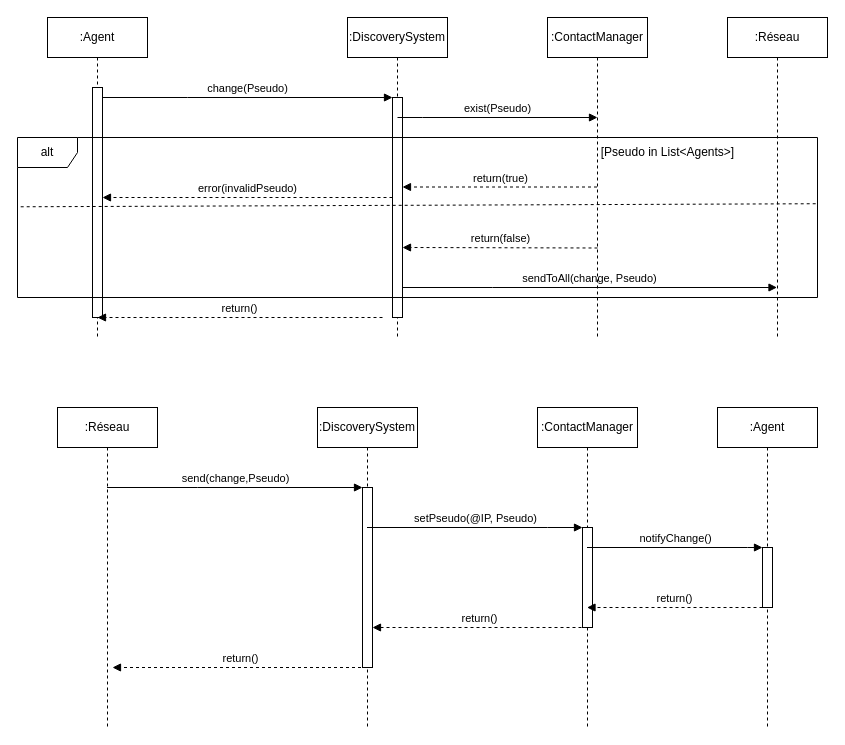
Earlier version of the draw.io diagram conception/SequenceDiagramDiscoverySystemChangePseudo.drawio (insa-4ir-chatsystem/chatsystem-billard-slamnia). Source tidied: cells renumbered, new cells numbered last; positions are measured from the earlier drawing's top-left corner, leaving out a move shared by most shapes. Both pictures are drawn from the tidied source at 100%, with x=0, y=0 at pixel (17, 17).
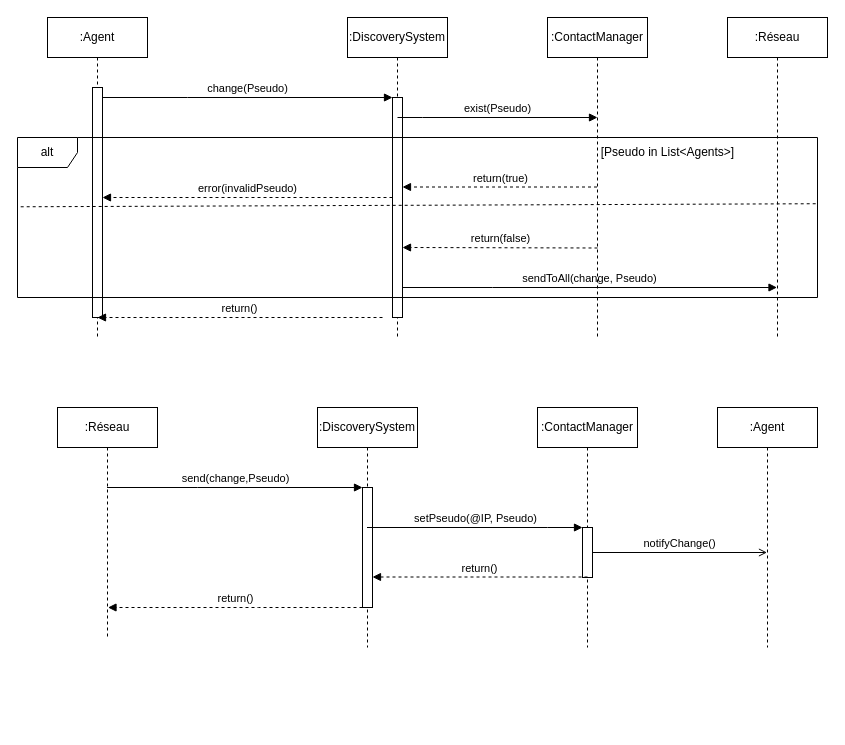
After the change.

Commit message:
Mettre à jour SequenceDiagramDiscoverySystemChangePseudo.drawio

What changed in the source:
```diff
@@
     <mxCell id="16" value=":Réseau" style="shape=umlLifeline;perimeter=lifelinePerimeter;whiteSpace=wrap;html=1;outlineConnect=0;portConstraint=eastwest;newEdgeStyle={&quot;edgeStyle&quot;:&quot;elbowEdgeStyle&quot;,&quot;elbow&quot;:&quot;vertical&quot;,&quot;curved&quot;:0,&quot;rounded&quot;:0};" parent="1" vertex="1">
-      <mxGeometry x="40" y="390" width="100" height="320" as="geometry" />
+      <mxGeometry x="40" y="390" width="100" height="230" as="geometry" />
     </mxCell>
     <mxCell id="17" value=":DiscoverySystem" style="shape=umlLifeline;perimeter=lifelinePerimeter;whiteSpace=wrap;html=1;outlineConnect=0;portConstraint=eastwest;newEdgeStyle={&quot;edgeStyle&quot;:&quot;elbowEdgeStyle&quot;,&quot;elbow&quot;:&quot;vertical&quot;,&quot;curved&quot;:0,&quot;rounded&quot;:0};" parent="1" vertex="1">
-      <mxGeometry x="300" y="390" width="100" height="320" as="geometry" />
+      <mxGeometry x="300" y="390" width="100" height="240" as="geometry" />
     </mxCell>
     <mxCell id="18" style="html=1;points=[];perimeter=orthogonalPerimeter;outlineConnect=0;targetShapes=umlLifeline;portConstraint=eastwest;newEdgeStyle={&quot;edgeStyle&quot;:&quot;elbowEdgeStyle&quot;,&quot;elbow&quot;:&quot;vertical&quot;,&quot;curved&quot;:0,&quot;rounded&quot;:0};" parent="17" vertex="1">
-      <mxGeometry x="45" y="80" width="10" height="180" as="geometry" />
+      <mxGeometry x="45" y="80" width="10" height="120" as="geometry" />
     </mxCell>
@@
     <mxCell id="20" value=":ContactManager" style="shape=umlLifeline;perimeter=lifelinePerimeter;whiteSpace=wrap;html=1;outlineConnect=0;portConstraint=eastwest;newEdgeStyle={&quot;edgeStyle&quot;:&quot;elbowEdgeStyle&quot;,&quot;elbow&quot;:&quot;vertical&quot;,&quot;curved&quot;:0,&quot;rounded&quot;:0};" parent="1" vertex="1">
-      <mxGeometry x="520" y="390" width="100" height="320" as="geometry" />
+      <mxGeometry x="520" y="390" width="100" height="240" as="geometry" />
     </mxCell>
     <mxCell id="21" style="html=1;points=[];perimeter=orthogonalPerimeter;outlineConnect=0;targetShapes=umlLifeline;portConstraint=eastwest;newEdgeStyle={&quot;edgeStyle&quot;:&quot;elbowEdgeStyle&quot;,&quot;elbow&quot;:&quot;vertical&quot;,&quot;curved&quot;:0,&quot;rounded&quot;:0};" parent="20" vertex="1">
-      <mxGeometry x="45" y="120" width="10" height="100" as="geometry" />
+      <mxGeometry x="45" y="120" width="10" height="50" as="geometry" />
     </mxCell>
@@
-    <mxCell id="23" value="return()" style="html=1;verticalAlign=bottom;endArrow=block;edgeStyle=elbowEdgeStyle;elbow=vertical;curved=0;rounded=0;dashed=1;" parent="1" edge="1" source="17">
+    <mxCell id="23" value="return()" style="html=1;verticalAlign=bottom;endArrow=block;edgeStyle=elbowEdgeStyle;elbow=vertical;curved=0;rounded=0;dashed=1;" parent="1" edge="1">
       <mxGeometry relative="1" as="geometry">
-        <mxPoint x="95" y="650" as="targetPoint" />
+        <mxPoint x="345" y="590" as="sourcePoint" />
+        <mxPoint x="90.5" y="590" as="targetPoint" />
         <Array as="points">
-          <mxPoint x="245.5" y="650" />
+          <mxPoint x="241" y="590" />
         </Array>
       </mxGeometry>
     </mxCell>
@@
     <mxCell id="28" value=":Agent" style="shape=umlLifeline;perimeter=lifelinePerimeter;whiteSpace=wrap;html=1;outlineConnect=0;portConstraint=eastwest;newEdgeStyle={&quot;edgeStyle&quot;:&quot;elbowEdgeStyle&quot;,&quot;elbow&quot;:&quot;vertical&quot;,&quot;curved&quot;:0,&quot;rounded&quot;:0};" parent="1" vertex="1">
-      <mxGeometry x="700" y="390" width="100" height="320" as="geometry" />
+      <mxGeometry x="700" y="390" width="100" height="240" as="geometry" />
     </mxCell>
-    <mxCell id="29" style="html=1;points=[];perimeter=orthogonalPerimeter;outlineConnect=0;targetShapes=umlLifeline;portConstraint=eastwest;newEdgeStyle={&quot;edgeStyle&quot;:&quot;elbowEdgeStyle&quot;,&quot;elbow&quot;:&quot;vertical&quot;,&quot;curved&quot;:0,&quot;rounded&quot;:0};" parent="28" vertex="1">
-      <mxGeometry x="45" y="140" width="10" height="60" as="geometry" />
-    </mxCell>
-    <mxCell id="30" value="notifyChange()" style="html=1;verticalAlign=bottom;endArrow=block;edgeStyle=elbowEdgeStyle;elbow=vertical;curved=0;rounded=0;" parent="1" edge="1" source="20" target="29">
+    <mxCell id="30" value="notifyChange()" style="html=1;verticalAlign=bottom;endArrow=open;edgeStyle=elbowEdgeStyle;elbow=vertical;curved=0;rounded=0;endFill=0;" parent="1" edge="1" source="21" target="28">
       <mxGeometry relative="1" as="geometry">
         <Array as="points">
-          <mxPoint x="730" y="530" />
-          <mxPoint x="590" y="529" />
+          <mxPoint x="730.5" y="530" />
+          <mxPoint x="590.5" y="529" />
         </Array>
       </mxGeometry>
     </mxCell>
-    <mxCell id="31" value="return()" style="html=1;verticalAlign=bottom;endArrow=block;edgeStyle=elbowEdgeStyle;elbow=vertical;curved=0;rounded=0;dashed=1;" parent="1" edge="1" target="18">
+    <mxCell id="31" value="return()" style="html=1;verticalAlign=bottom;endArrow=block;edgeStyle=elbowEdgeStyle;elbow=vertical;curved=0;rounded=0;dashed=1;" parent="1" edge="1">
       <mxGeometry relative="1" as="geometry">
-        <mxPoint x="570" y="610" as="sourcePoint" />
+        <mxPoint x="570" y="559.5" as="sourcePoint" />
+        <mxPoint x="355" y="559.5" as="targetPoint" />
         <Array as="points">
-          <mxPoint x="465.5" y="610" />
+          <mxPoint x="465.5" y="559.5" />
         </Array>
       </mxGeometry>
     </mxCell>
-    <mxCell id="32" value="return()" style="html=1;verticalAlign=bottom;endArrow=block;edgeStyle=elbowEdgeStyle;elbow=vertical;curved=0;rounded=0;dashed=1;" parent="1" edge="1" target="20">
-      <mxGeometry relative="1" as="geometry">
-        <mxPoint x="745" y="590" as="sourcePoint" />
-        <Array as="points">
-          <mxPoint x="640.5" y="590" />
-        </Array>
-      </mxGeometry>
-    </mxCell>
```
